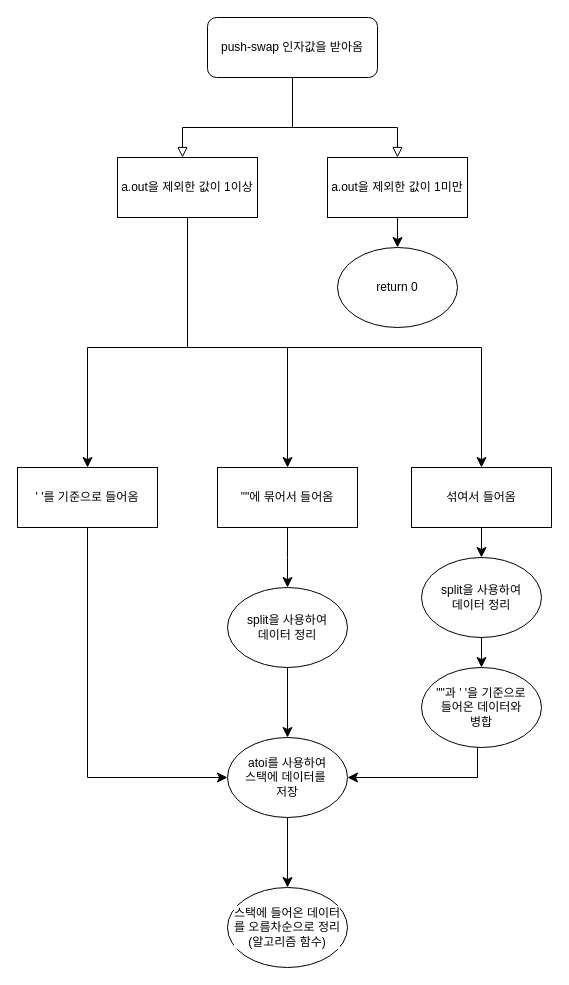
Before: Flowchart/Untitled Diagram.drawio in jae-mini-00/42, a draw.io diagram. Source tidied: cells renumbered, new cells numbered last; positions are measured from the earlier drawing's top-left corner, leaving out a move shared by most shapes. Both pictures are drawn from the tidied source at 100%, with x=0, y=0 at pixel (17, 17).
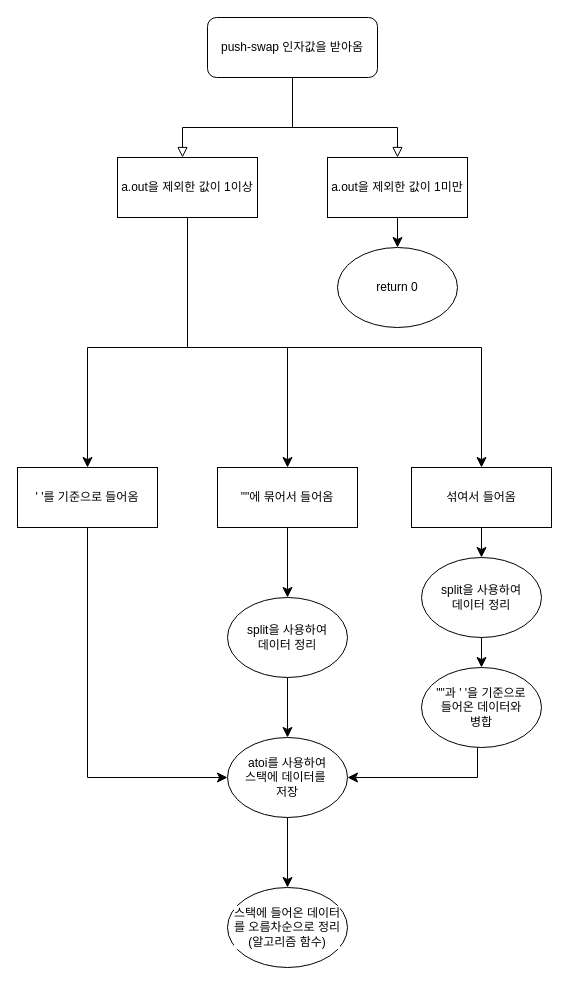
After the change.

The change refers to these unchanged cells:
```xml
<mxCell id="13" value="&quot;&quot;에 묶어서 들어옴" style="rounded=0;whiteSpace=wrap;html=1;" parent="1" vertex="1">
  <mxGeometry x="200" y="450" width="140" height="60" as="geometry" />
</mxCell>
```

The edit, as a diff of the source:
```diff
@@
-    <mxCell id="12" style="edgeStyle=orthogonalEdgeStyle;shape=connector;rounded=0;jettySize=auto;html=1;strokeColor=default;align=center;verticalAlign=middle;fontFamily=Helvetica;fontSize=12;fontColor=default;labelBackgroundColor=default;startSize=8;endArrow=classic;endSize=8;" parent="1" edge="1" source="13">
-      <mxGeometry relative="1" as="geometry">
-        <mxPoint x="270" y="570" as="targetPoint" />
-      </mxGeometry>
+    <mxCell id="12" style="edgeStyle=orthogonalEdgeStyle;shape=connector;rounded=0;jettySize=auto;html=1;strokeColor=default;align=center;verticalAlign=middle;fontFamily=Helvetica;fontSize=12;fontColor=default;labelBackgroundColor=default;startSize=8;endArrow=classic;endSize=8;entryX=0.5;entryY=0;entryDx=0;entryDy=0;" parent="1" edge="1" source="13" target="21">
+      <mxGeometry relative="1" as="geometry" />
     </mxCell>
@@
     <mxCell id="21" value="split을 사용하여&lt;div&gt;데이터 정리&lt;/div&gt;" style="ellipse;whiteSpace=wrap;html=1;fontFamily=Helvetica;fontSize=12;fontColor=default;labelBackgroundColor=default;" parent="1" vertex="1">
-      <mxGeometry x="210" y="570" width="120" height="80" as="geometry" />
+      <mxGeometry x="210" y="580" width="120" height="80" as="geometry" />
     </mxCell>
```
